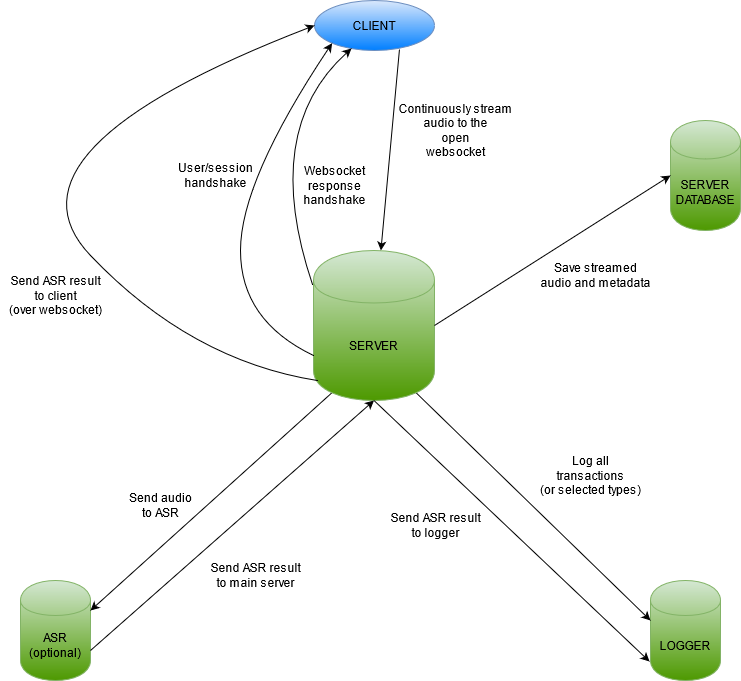
The draw.io diagram rispik/rispik_chart.png in stts-se/tillstudpub, before a commit. Source tidied: cells renumbered, new cells last; positions are measured from the earlier drawing's top-left corner, leaving out a move shared by most shapes.
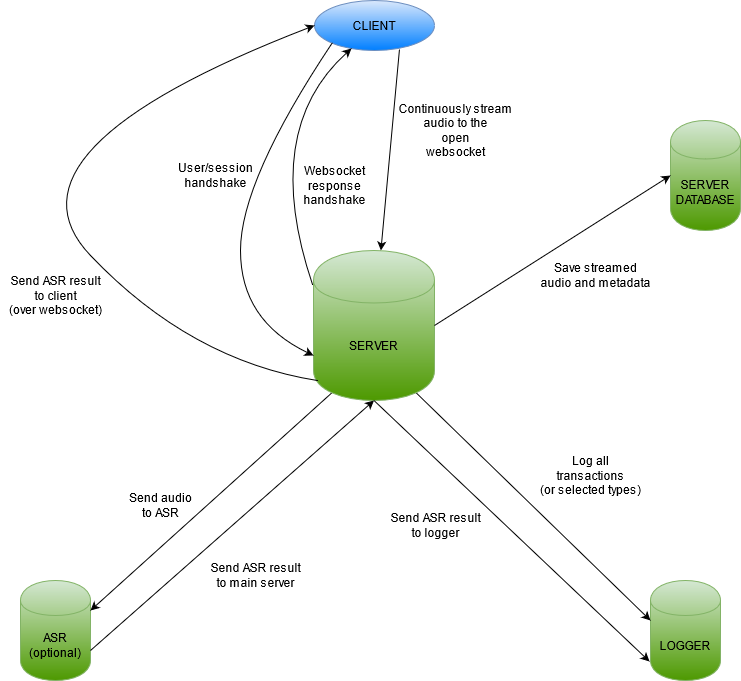
Above is the later version.

Change to the diagram source:
```diff
@@ -93,11 +93,11 @@
     <mxCell id="27" value="Send ASR result&lt;br&gt;to client&lt;br&gt;(over websocket)" style="text;html=1;align=center;verticalAlign=middle;" parent="1" vertex="1">
       <mxGeometry x="10" y="270" width="110" height="50" as="geometry" />
     </mxCell>
-    <mxCell id="28" style="curved=1;endArrow=classic;html=1;entryX=0;entryY=1;entryDx=0;entryDy=0;exitX=0;exitY=0.7;exitDx=0;exitDy=0;" parent="1" edge="1" source="5" target="4">
+    <mxCell id="28" style="curved=1;endArrow=classic;html=1;entryX=0;entryY=0.7;entryDx=0;entryDy=0;exitX=0;exitY=1;exitDx=0;exitDy=0;" parent="1" edge="1" source="4" target="5">
       <mxGeometry relative="1" as="geometry">
         <Array as="points">
+          <mxPoint x="250" y="180" />
           <mxPoint x="250" y="320" />
-          <mxPoint x="250" y="180" />
         </Array>
       </mxGeometry>
     </mxCell>
```
